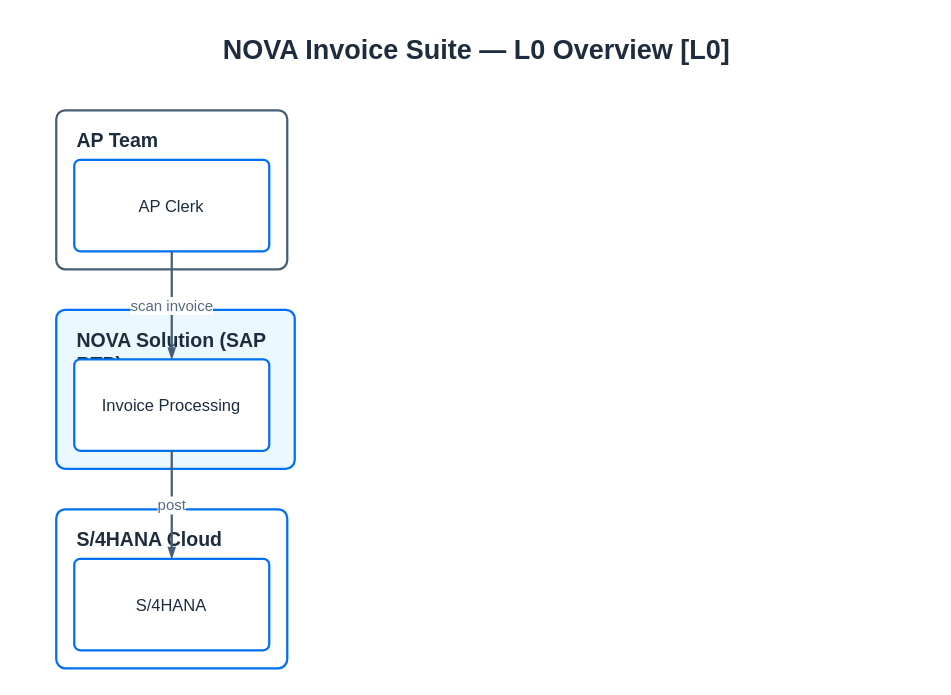
This is skills/sap-diagram-generate/templates/L0-base.drawio from Raistlin82/sap-diagrams-pro, a draw.io file, before an edit. Source tidied: cells renumbered, new cells numbered last; positions are measured from the earlier drawing's top-left corner, leaving out a move shared by most shapes. Both pictures are drawn from the tidied source at 150%, with x=0, y=0 at pixel (26, 26).
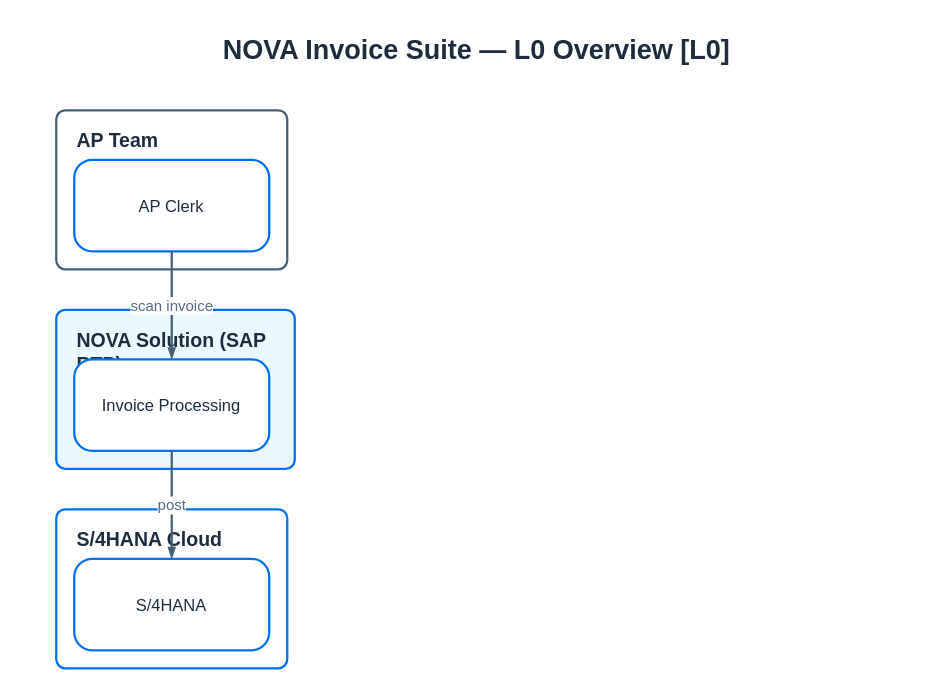
The same page after the edit.

What changed in the source:
```diff
@@
 <mxGraphModel>
   <root>
     <mxCell id="0" />
     <mxCell id="1" parent="0" />
     <mxCell id="2" value="NOVA Invoice Suite — L0 Overview [L0]" style="text;html=1;align=center;verticalAlign=middle;fontColor=#1D2D3E;fontSize=18;fontStyle=1;" parent="1" vertex="1">
       <mxGeometry width="600" height="32" as="geometry" />
     </mxCell>
     <mxCell id="3" value="AP Team" style="rounded=1;whiteSpace=wrap;html=1;strokeColor=#475E75;fillColor=#FFFFFF;arcSize=12;absoluteArcSize=1;strokeWidth=1.5;verticalAlign=top;align=left;fontColor=#1D2D3E;fontStyle=1;fontSize=13;spacingLeft=12;spacingTop=6;" parent="1" vertex="1">
       <mxGeometry x="20" y="56" width="154" height="106" as="geometry" />
     </mxCell>
     <mxCell id="4" value="NOVA Solution (SAP BTP)" style="rounded=1;whiteSpace=wrap;html=1;strokeColor=#0070F2;fillColor=#EBF8FF;arcSize=12;absoluteArcSize=1;strokeWidth=1.5;verticalAlign=top;align=left;fontColor=#1D2D3E;fontStyle=1;fontSize=13;spacingLeft=12;spacingTop=6;" parent="1" vertex="1">
       <mxGeometry x="20" y="189" width="159" height="106" as="geometry" />
     </mxCell>
     <mxCell id="5" value="S/4HANA Cloud" style="rounded=1;whiteSpace=wrap;html=1;strokeColor=#0070F2;fillColor=#FFFFFF;arcSize=12;absoluteArcSize=1;strokeWidth=1.5;verticalAlign=top;align=left;fontColor=#1D2D3E;fontStyle=1;fontSize=13;spacingLeft=12;spacingTop=6;" parent="1" vertex="1">
       <mxGeometry x="20" y="322" width="154" height="106" as="geometry" />
     </mxCell>
-    <mxCell id="6" value="AP Clerk" style="rounded=1;whiteSpace=wrap;html=1;strokeColor=#0070F2;fillColor=#FFFFFF;arcSize=8;absoluteArcSize=1;strokeWidth=1.5;fontColor=#1D2D3E;fontSize=11;align=center;verticalAlign=middle;" parent="3" vertex="1">
+    <mxCell id="6" value="AP Clerk" style="rounded=1;whiteSpace=wrap;html=1;strokeColor=#0070F2;fillColor=#FFFFFF;arcSize=24;absoluteArcSize=1;strokeWidth=1.5;fontColor=#1D2D3E;fontSize=11;align=center;verticalAlign=middle;" parent="3" vertex="1">
       <mxGeometry x="12" y="33" width="130" height="61" as="geometry" />
     </mxCell>
-    <mxCell id="7" value="Invoice Processing" style="rounded=1;whiteSpace=wrap;html=1;strokeColor=#0070F2;fillColor=#FFFFFF;arcSize=8;absoluteArcSize=1;strokeWidth=1.5;fontColor=#1D2D3E;fontSize=11;align=center;verticalAlign=middle;" parent="4" vertex="1">
+    <mxCell id="7" value="Invoice Processing" style="rounded=1;whiteSpace=wrap;html=1;strokeColor=#0070F2;fillColor=#FFFFFF;arcSize=24;absoluteArcSize=1;strokeWidth=1.5;fontColor=#1D2D3E;fontSize=11;align=center;verticalAlign=middle;" parent="4" vertex="1">
       <mxGeometry x="12" y="33" width="130" height="61" as="geometry" />
     </mxCell>
-    <mxCell id="8" value="S/4HANA" style="rounded=1;whiteSpace=wrap;html=1;strokeColor=#0070F2;fillColor=#FFFFFF;arcSize=8;absoluteArcSize=1;strokeWidth=1.5;fontColor=#1D2D3E;fontSize=11;align=center;verticalAlign=middle;" parent="5" vertex="1">
+    <mxCell id="8" value="S/4HANA" style="rounded=1;whiteSpace=wrap;html=1;strokeColor=#0070F2;fillColor=#FFFFFF;arcSize=24;absoluteArcSize=1;strokeWidth=1.5;fontColor=#1D2D3E;fontSize=11;align=center;verticalAlign=middle;" parent="5" vertex="1">
       <mxGeometry x="12" y="33" width="130" height="61" as="geometry" />
     </mxCell>
     <mxCell id="9" value="scan invoice" style="edgeStyle=orthogonalEdgeStyle;rounded=0;jettySize=auto;html=1;endArrow=blockThin;endFill=1;endSize=4;startSize=4;strokeColor=#475E75;strokeWidth=1.5;startArrow=none;dashed=0;fontSize=10;fontColor=#556B82;labelBackgroundColor=#FFFFFF;labelBorderColor=none;verticalAlign=middle;align=center;exitX=0.5;exitY=1.0;exitDx=0;exitDy=0;entryX=0.5;entryY=0.0;entryDx=0;entryDy=0;" parent="1" edge="1" source="6" target="7">
       <mxGeometry relative="1" as="geometry">
         <Array as="points">
           <mxPoint x="97" y="162" />
           <mxPoint x="97" y="167" />
           <mxPoint x="97" y="172" />
         </Array>
       </mxGeometry>
     </mxCell>
     <mxCell id="10" value="post" style="edgeStyle=orthogonalEdgeStyle;rounded=0;jettySize=auto;html=1;endArrow=blockThin;endFill=1;endSize=4;startSize=4;strokeColor=#475E75;strokeWidth=1.5;startArrow=none;dashed=0;fontSize=10;fontColor=#556B82;labelBackgroundColor=#FFFFFF;labelBorderColor=none;verticalAlign=middle;align=center;exitX=0.5;exitY=1.0;exitDx=0;exitDy=0;entryX=0.5;entryY=0.0;entryDx=0;entryDy=0;" parent="1" edge="1" source="7" target="8">
       <mxGeometry relative="1" as="geometry">
         <Array as="points">
           <mxPoint x="97" y="295" />
           <mxPoint x="97" y="300" />
           <mxPoint x="97" y="305" />
         </Array>
       </mxGeometry>
     </mxCell>
   </root>
 </mxGraphModel>
```
